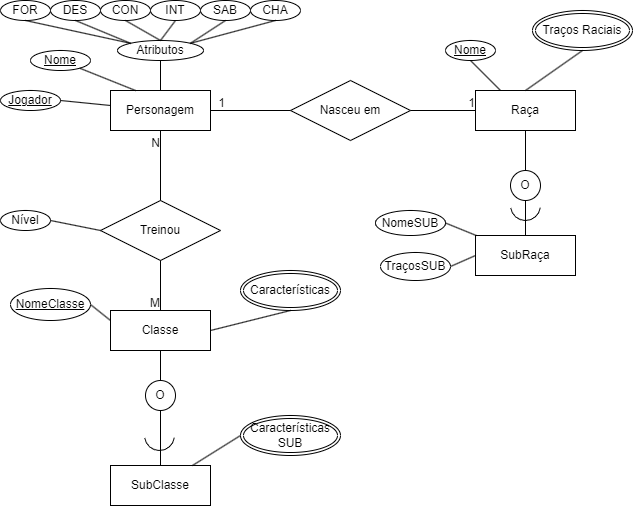
Before: DER.png, a diagram exported from draw.io (VitorFonseca123/DnD-RPG). Source tidied: cells renumbered, new cells last; positions are measured from the earlier drawing's top-left corner, leaving out a move shared by most shapes.
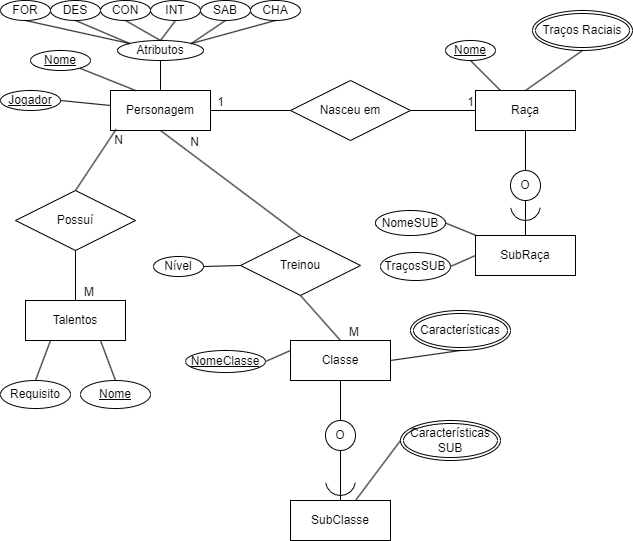
After the commit.

Change to the diagram source:
```diff
@@ -21,7 +21,7 @@
       <mxGeometry relative="1" as="geometry" />
     </mxCell>
     <mxCell id="8" value="Classe" style="whiteSpace=wrap;html=1;align=center;" parent="1" vertex="1">
-      <mxGeometry x="110" y="310" width="100" height="40" as="geometry" />
+      <mxGeometry x="290" y="340" width="100" height="40" as="geometry" />
     </mxCell>
     <mxCell id="9" value="Atributos" style="ellipse;whiteSpace=wrap;html=1;align=center;" parent="1" vertex="1">
       <mxGeometry x="117" y="40" width="86" height="20" as="geometry" />
@@ -122,60 +122,96 @@
       <mxGeometry x="1" relative="1" as="geometry" />
     </mxCell>
     <mxCell id="41" value="Treinou" style="shape=rhombus;perimeter=rhombusPerimeter;whiteSpace=wrap;html=1;align=center;" parent="1" vertex="1">
-      <mxGeometry x="100" y="200" width="120" height="60" as="geometry" />
+      <mxGeometry x="240" y="235" width="120" height="60" as="geometry" />
     </mxCell>
     <mxCell id="42" style="endArrow=none;html=1;rounded=0;entryX=0.5;entryY=0;entryDx=0;entryDy=0;exitX=0.5;exitY=1;exitDx=0;exitDy=0;" parent="1" edge="1" source="41" target="8">
       <mxGeometry relative="1" as="geometry" />
     </mxCell>
     <mxCell id="43" value="M" style="html=1;whiteSpace=wrap;align=right;verticalAlign=bottom;" parent="42" vertex="1">
-      <mxGeometry x="1" relative="1" as="geometry" />
+      <mxGeometry x="1" relative="1" as="geometry">
+        <mxPoint x="20" as="offset" />
+      </mxGeometry>
     </mxCell>
     <mxCell id="44" style="endArrow=none;html=1;rounded=0;exitX=0.5;exitY=0;exitDx=0;exitDy=0;entryX=0.5;entryY=1;entryDx=0;entryDy=0;" parent="1" edge="1" source="41" target="2">
       <mxGeometry relative="1" as="geometry" />
     </mxCell>
     <mxCell id="45" value="N" style="html=1;whiteSpace=wrap;align=right;verticalAlign=bottom;" parent="44" vertex="1">
       <mxGeometry x="1" relative="1" as="geometry">
-        <mxPoint y="20" as="offset" />
+        <mxPoint x="40" y="20" as="offset" />
       </mxGeometry>
     </mxCell>
     <mxCell id="46" value="NomeClasse" style="ellipse;whiteSpace=wrap;html=1;align=center;fontStyle=4;" parent="1" vertex="1">
-      <mxGeometry x="10" y="288" width="80" height="32" as="geometry" />
+      <mxGeometry x="185" y="350" width="80" height="22" as="geometry" />
     </mxCell>
     <mxCell id="47" style="endArrow=none;html=1;rounded=0;exitX=1;exitY=0.5;exitDx=0;exitDy=0;entryX=0;entryY=0.25;entryDx=0;entryDy=0;" parent="1" edge="1" source="46" target="8">
       <mxGeometry relative="1" as="geometry" />
     </mxCell>
     <mxCell id="48" value="Nível" style="ellipse;whiteSpace=wrap;html=1;align=center;" parent="1" vertex="1">
-      <mxGeometry y="210" width="50" height="20" as="geometry" />
+      <mxGeometry x="153" y="256" width="50" height="20" as="geometry" />
     </mxCell>
     <mxCell id="49" style="endArrow=none;html=1;rounded=0;exitX=1;exitY=0.5;exitDx=0;exitDy=0;entryX=0;entryY=0.5;entryDx=0;entryDy=0;" parent="1" edge="1" source="48" target="41">
       <mxGeometry relative="1" as="geometry" />
     </mxCell>
     <mxCell id="50" value="Características" style="ellipse;shape=doubleEllipse;margin=3;whiteSpace=wrap;html=1;align=center;" parent="1" vertex="1">
-      <mxGeometry x="240" y="270" width="100" height="40" as="geometry" />
+      <mxGeometry x="410" y="310" width="100" height="40" as="geometry" />
     </mxCell>
     <mxCell id="51" style="endArrow=none;html=1;rounded=0;exitX=1;exitY=0.5;exitDx=0;exitDy=0;entryX=0.5;entryY=1;entryDx=0;entryDy=0;" parent="1" edge="1" source="8" target="50">
       <mxGeometry relative="1" as="geometry" />
     </mxCell>
     <mxCell id="52" value="O" style="ellipse;whiteSpace=wrap;html=1;" parent="1" vertex="1">
-      <mxGeometry x="145" y="380" width="30" height="30" as="geometry" />
+      <mxGeometry x="325" y="420" width="30" height="30" as="geometry" />
     </mxCell>
     <mxCell id="53" style="endArrow=none;html=1;rounded=0;exitX=0.5;exitY=1;exitDx=0;exitDy=0;entryX=0.5;entryY=0;entryDx=0;entryDy=0;" parent="1" edge="1" source="8" target="52">
       <mxGeometry relative="1" as="geometry" />
     </mxCell>
     <mxCell id="54" value="SubClasse" style="whiteSpace=wrap;html=1;align=center;" parent="1" vertex="1">
-      <mxGeometry x="110" y="465" width="100" height="40" as="geometry" />
+      <mxGeometry x="290" y="500" width="100" height="40" as="geometry" />
     </mxCell>
     <mxCell id="55" style="endArrow=none;html=1;rounded=0;exitX=0.5;exitY=1;exitDx=0;exitDy=0;entryX=0.5;entryY=0;entryDx=0;entryDy=0;" parent="1" edge="1" source="52" target="54">
       <mxGeometry relative="1" as="geometry" />
     </mxCell>
     <mxCell id="56" style="verticalLabelPosition=bottom;verticalAlign=top;html=1;shape=mxgraph.basic.arc;startAngle=0.6480476249162135;endAngle=0.1;rotation=-135;" parent="1" vertex="1">
-      <mxGeometry x="144" y="420" width="30" height="30" as="geometry" />
+      <mxGeometry x="325" y="465" width="30" height="30" as="geometry" />
     </mxCell>
     <mxCell id="57" value="Características&lt;br&gt;SUB" style="ellipse;shape=doubleEllipse;margin=3;whiteSpace=wrap;html=1;align=center;" parent="1" vertex="1">
-      <mxGeometry x="240" y="415" width="100" height="40" as="geometry" />
+      <mxGeometry x="400" y="420" width="100" height="40" as="geometry" />
     </mxCell>
     <mxCell id="58" style="endArrow=none;html=1;rounded=0;exitX=0;exitY=0.5;exitDx=0;exitDy=0;" parent="1" edge="1" source="57" target="54">
       <mxGeometry relative="1" as="geometry" />
     </mxCell>
+    <mxCell id="59" value="Talentos" style="whiteSpace=wrap;html=1;align=center;" parent="1" vertex="1">
+      <mxGeometry x="25" y="300" width="100" height="40" as="geometry" />
+    </mxCell>
+    <mxCell id="60" value="Possuí" style="shape=rhombus;perimeter=rhombusPerimeter;whiteSpace=wrap;html=1;align=center;" parent="1" vertex="1">
+      <mxGeometry x="15" y="190" width="120" height="60" as="geometry" />
+    </mxCell>
+    <mxCell id="61" style="endArrow=none;html=1;rounded=0;exitX=0.5;exitY=0;exitDx=0;exitDy=0;entryX=0.056;entryY=0.97;entryDx=0;entryDy=0;entryPerimeter=0;" parent="1" edge="1" source="60" target="2">
+      <mxGeometry relative="1" as="geometry" />
+    </mxCell>
+    <mxCell id="62" value="N" style="html=1;whiteSpace=wrap;align=right;verticalAlign=bottom;" parent="61" vertex="1">
+      <mxGeometry x="1" relative="1" as="geometry">
+        <mxPoint x="9" y="20" as="offset" />
+      </mxGeometry>
+    </mxCell>
+    <mxCell id="63" style="endArrow=none;html=1;rounded=0;entryX=0.5;entryY=0;entryDx=0;entryDy=0;exitX=0.5;exitY=1;exitDx=0;exitDy=0;" parent="1" edge="1" source="60" target="59">
+      <mxGeometry relative="1" as="geometry" />
+    </mxCell>
+    <mxCell id="64" value="M" style="html=1;whiteSpace=wrap;align=right;verticalAlign=bottom;" parent="63" vertex="1">
+      <mxGeometry x="1" relative="1" as="geometry">
+        <mxPoint x="20" as="offset" />
+      </mxGeometry>
+    </mxCell>
+    <mxCell id="65" value="Nome" style="ellipse;whiteSpace=wrap;html=1;align=center;fontStyle=4;" parent="1" vertex="1">
+      <mxGeometry x="80" y="380" width="70" height="28" as="geometry" />
+    </mxCell>
+    <mxCell id="66" value="Requisito" style="ellipse;whiteSpace=wrap;html=1;align=center;" parent="1" vertex="1">
+      <mxGeometry y="380" width="70" height="28" as="geometry" />
+    </mxCell>
+    <mxCell id="67" style="endArrow=none;html=1;rounded=0;exitX=0.5;exitY=0;exitDx=0;exitDy=0;entryX=0.75;entryY=1;entryDx=0;entryDy=0;" parent="1" edge="1" source="65" target="59">
+      <mxGeometry relative="1" as="geometry" />
+    </mxCell>
+    <mxCell id="68" style="endArrow=none;html=1;rounded=0;exitX=0.25;exitY=1;exitDx=0;exitDy=0;entryX=0.5;entryY=0;entryDx=0;entryDy=0;" parent="1" edge="1" source="59" target="66">
+      <mxGeometry relative="1" as="geometry" />
+    </mxCell>
   </root>
 </mxGraphModel>
```
